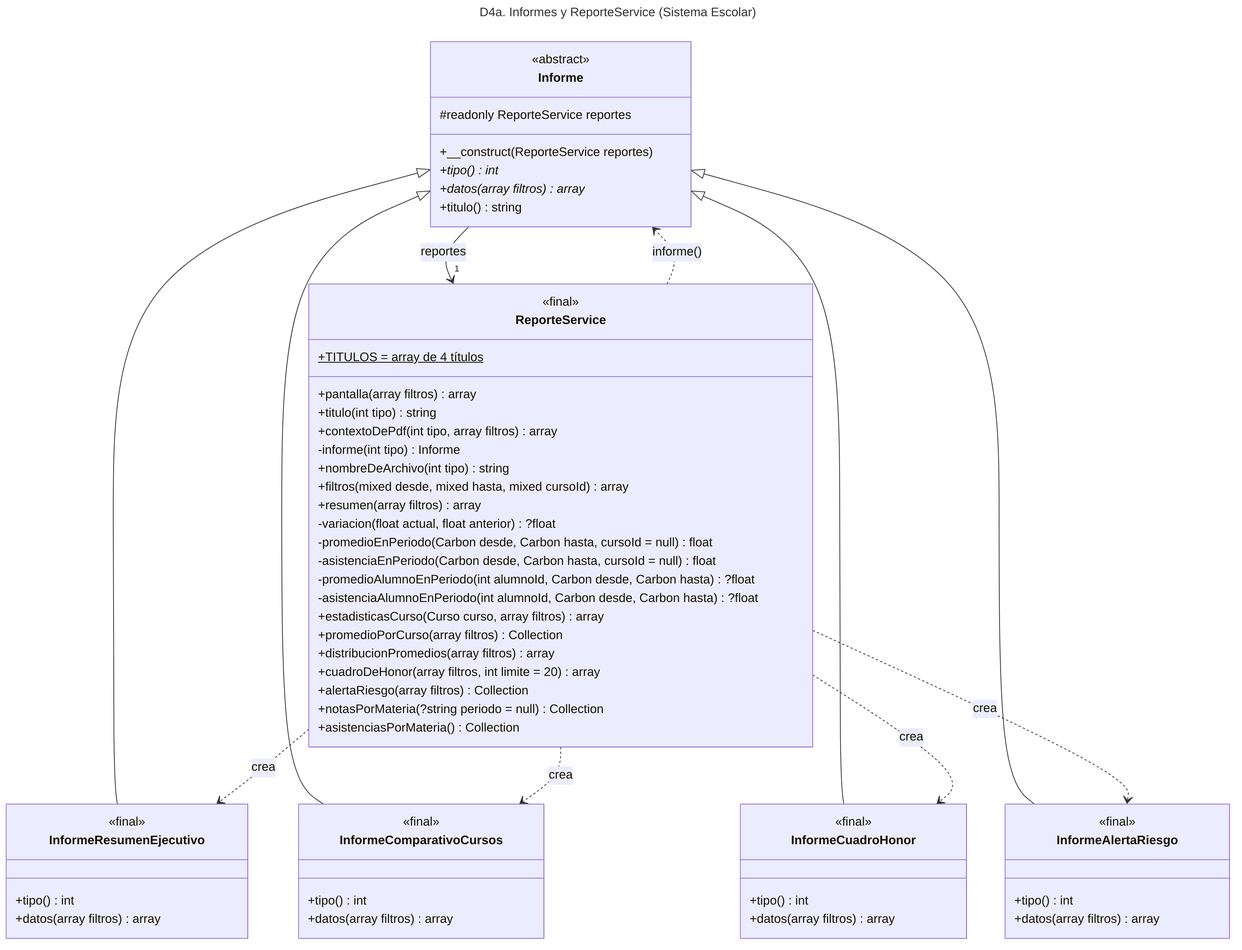
Earlier version of the Mermaid export docs/diagramas/D4a_informes.png (gnvargas-dev/sistema-control-acceso). Its source is kept beside it as docs/diagramas/D4a_informes.mmd. Its diagram source:
```mermaid
---
title: "D4a. Informes y ReporteService (Sistema Escolar)"
config:
  class:
    hideEmptyMembersBox: true
---
classDiagram
direction TB

class Informe {
  <<abstract>>
  #readonly ReporteService reportes
  +__construct(ReporteService reportes)
  +tipo()* int
  +datos(array filtros)* array
  +titulo() string
}

class InformeResumenEjecutivo {
  <<final>>
  +tipo() int
  +datos(array filtros) array
}

class InformeComparativoCursos {
  <<final>>
  +tipo() int
  +datos(array filtros) array
}

class InformeCuadroHonor {
  <<final>>
  +tipo() int
  +datos(array filtros) array
}

class InformeAlertaRiesgo {
  <<final>>
  +tipo() int
  +datos(array filtros) array
}

class ReporteService {
  <<final>>
  +TITULOS = array de 4 títulos$
  +pantalla(array filtros) array
  +titulo(int tipo) string
  +contextoDePdf(int tipo, array filtros) array
  -informe(int tipo) Informe
  +nombreDeArchivo(int tipo) string
  +filtros(mixed desde, mixed hasta, mixed cursoId) array
  +resumen(array filtros) array
  -variacion(float actual, float anterior) ?float
  -promedioEnPeriodo(Carbon desde, Carbon hasta, cursoId = null) float
  -asistenciaEnPeriodo(Carbon desde, Carbon hasta, cursoId = null) float
  -promedioAlumnoEnPeriodo(int alumnoId, Carbon desde, Carbon hasta) ?float
  -asistenciaAlumnoEnPeriodo(int alumnoId, Carbon desde, Carbon hasta) ?float
  +estadisticasCurso(Curso curso, array filtros) array
  +promedioPorCurso(array filtros) Collection
  +distribucionPromedios(array filtros) array
  +cuadroDeHonor(array filtros, int limite = 20) array
  +alertaRiesgo(array filtros) Collection
  +notasPorMateria(?string periodo = null) Collection
  +asistenciasPorMateria() Collection
}

Informe <|-- InformeResumenEjecutivo
Informe <|-- InformeComparativoCursos
Informe <|-- InformeCuadroHonor
Informe <|-- InformeAlertaRiesgo

Informe --> "1" ReporteService : reportes

ReporteService ..> Informe : informe()
ReporteService ..> InformeResumenEjecutivo : crea
ReporteService ..> InformeComparativoCursos : crea
ReporteService ..> InformeCuadroHonor : crea
ReporteService ..> InformeAlertaRiesgo : crea
```
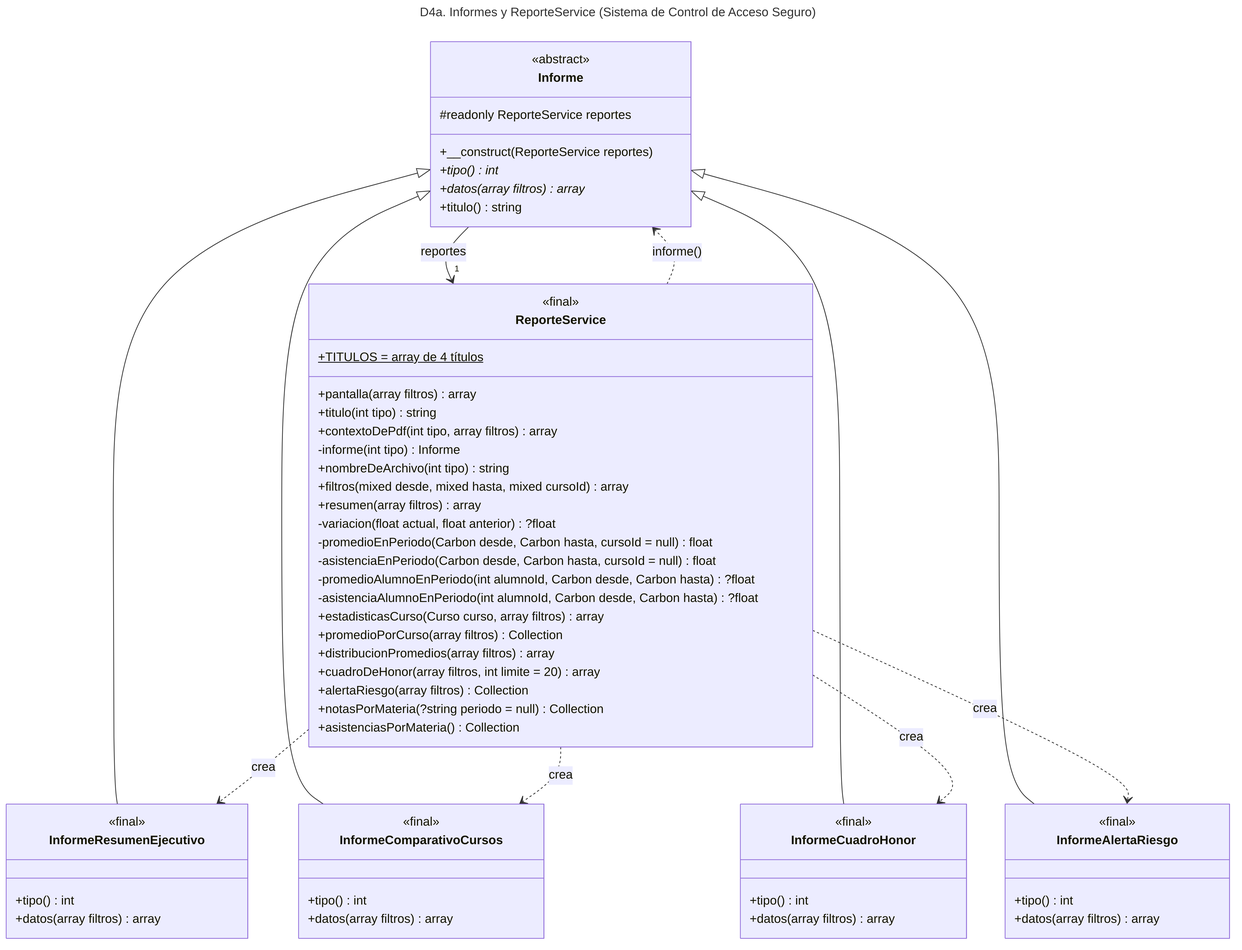
After the change.

Change to the diagram source:
```diff
@@ -1,5 +1,5 @@
 ---
-title: "D4a. Informes y ReporteService (Sistema Escolar)"
+title: "D4a. Informes y ReporteService (Sistema de Control de Acceso Seguro)"
 config:
   class:
     hideEmptyMembersBox: true
```
